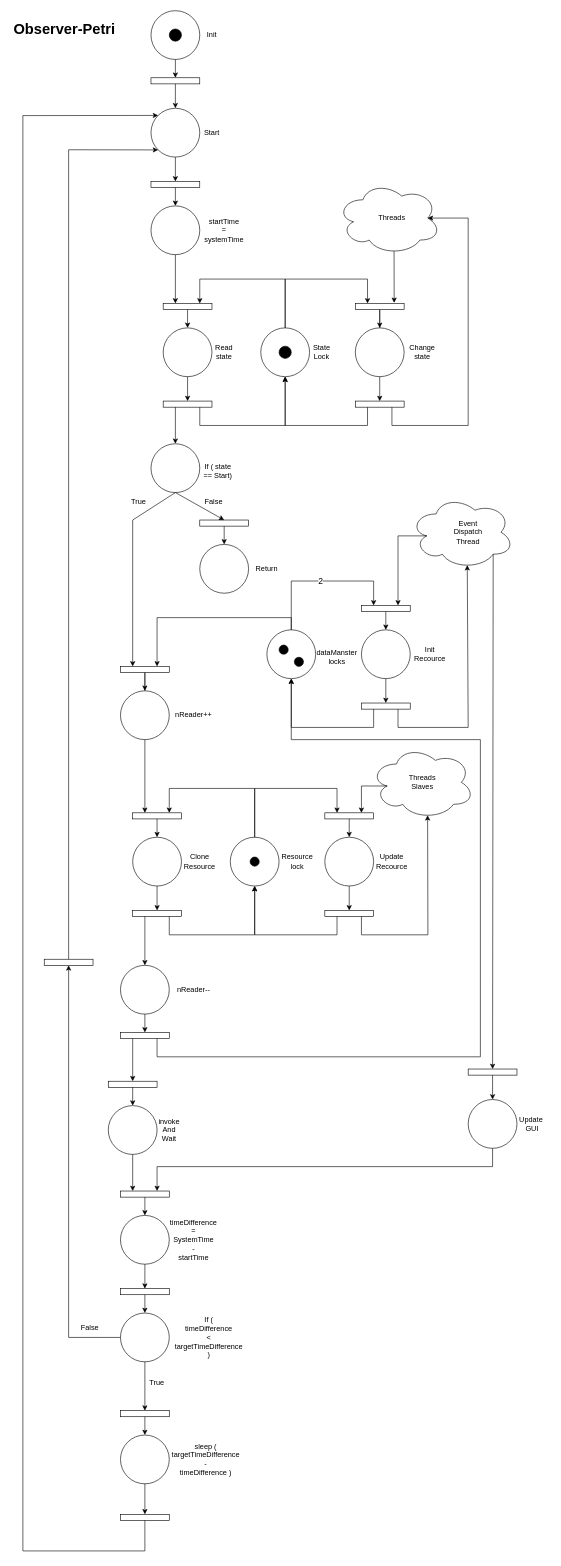
The draw.io diagram Petry/ObserversPetry.drawio in TheGarbage/PCD-Assignment1, before the edit. Source tidied: cells renumbered, new cells numbered last; positions are measured from the earlier drawing's top-left corner, leaving out a move shared by most shapes. Both pictures are drawn from the tidied source at 61%, with x=0, y=0 at pixel (10, 10).
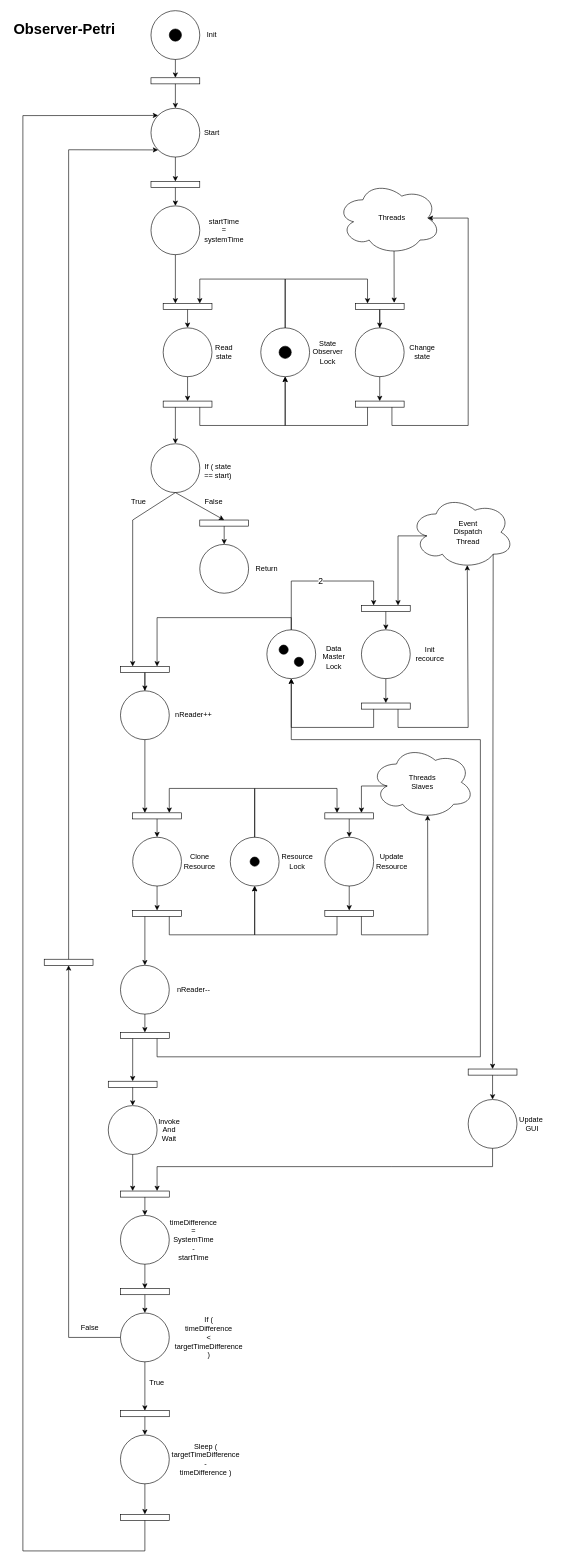
After the change.

What changed in the source:
```diff
@@
-    <mxCell id="23" value="invoke&lt;br&gt;And&lt;br&gt;Wait" style="text;html=1;strokeColor=none;fillColor=none;align=center;verticalAlign=middle;whiteSpace=wrap;rounded=0;" parent="1" vertex="1">
+    <mxCell id="23" value="Invoke&lt;br&gt;And&lt;br&gt;Wait" style="text;html=1;strokeColor=none;fillColor=none;align=center;verticalAlign=middle;whiteSpace=wrap;rounded=0;" parent="1" vertex="1">
       <mxGeometry x="230" y="1820" width="60" height="30" as="geometry" />
     </mxCell>
@@
-    <mxCell id="26" value="sleep (&lt;br&gt;targetTimeDifference&lt;br&gt;-&lt;br&gt;timeDifference )" style="text;html=1;strokeColor=none;fillColor=none;align=center;verticalAlign=middle;whiteSpace=wrap;rounded=0;" parent="1" vertex="1">
+    <mxCell id="26" value="Sleep (&lt;br&gt;targetTimeDifference&lt;br&gt;-&lt;br&gt;timeDifference )" style="text;html=1;strokeColor=none;fillColor=none;align=center;verticalAlign=middle;whiteSpace=wrap;rounded=0;" parent="1" vertex="1">
       <mxGeometry x="290" y="2360" width="60" height="30" as="geometry" />
     </mxCell>
@@
-    <mxCell id="56" value="If ( state == Start)" style="text;html=1;strokeColor=none;fillColor=none;align=center;verticalAlign=middle;whiteSpace=wrap;rounded=0;" parent="1" vertex="1">
+    <mxCell id="56" value="If ( state == start)" style="text;html=1;strokeColor=none;fillColor=none;align=center;verticalAlign=middle;whiteSpace=wrap;rounded=0;" parent="1" vertex="1">
       <mxGeometry x="310" y="740" width="60" height="30" as="geometry" />
     </mxCell>
@@
-    <mxCell id="77" value="State&lt;br&gt;Lock" style="text;html=1;strokeColor=none;fillColor=none;align=center;verticalAlign=middle;whiteSpace=wrap;rounded=0;" parent="1" vertex="1">
-      <mxGeometry x="480" y="545" width="60" height="30" as="geometry" />
+    <mxCell id="77" value="State&lt;br&gt;Observer&lt;br&gt;Lock" style="text;html=1;strokeColor=none;fillColor=none;align=center;verticalAlign=middle;whiteSpace=wrap;rounded=0;" parent="1" vertex="1">
+      <mxGeometry x="490" y="545" width="60" height="30" as="geometry" />
     </mxCell>
@@
-    <mxCell id="92" value="Update&lt;br&gt;Recource" style="text;html=1;strokeColor=none;fillColor=none;align=center;verticalAlign=middle;whiteSpace=wrap;rounded=0;" parent="1" vertex="1">
+    <mxCell id="92" value="Update&lt;br&gt;Resource" style="text;html=1;strokeColor=none;fillColor=none;align=center;verticalAlign=middle;whiteSpace=wrap;rounded=0;" parent="1" vertex="1">
       <mxGeometry x="595" y="1380" width="60" height="30" as="geometry" />
     </mxCell>
@@
-    <mxCell id="99" value="Resource&lt;br&gt;lock" style="text;html=1;strokeColor=none;fillColor=none;align=center;verticalAlign=middle;whiteSpace=wrap;rounded=0;" parent="1" vertex="1">
+    <mxCell id="99" value="Resource&lt;br&gt;Lock" style="text;html=1;strokeColor=none;fillColor=none;align=center;verticalAlign=middle;whiteSpace=wrap;rounded=0;" parent="1" vertex="1">
       <mxGeometry x="440" y="1380" width="60" height="30" as="geometry" />
     </mxCell>
@@
-    <mxCell id="110" value="Init&lt;br&gt;Recource" style="text;html=1;strokeColor=none;fillColor=none;align=center;verticalAlign=middle;whiteSpace=wrap;rounded=0;" parent="1" vertex="1">
+    <mxCell id="110" value="Init&lt;br&gt;recource" style="text;html=1;strokeColor=none;fillColor=none;align=center;verticalAlign=middle;whiteSpace=wrap;rounded=0;" parent="1" vertex="1">
       <mxGeometry x="670" y="1040" width="35" height="30" as="geometry" />
     </mxCell>
@@
-    <mxCell id="113" value="dataManster&lt;br&gt;locks" style="text;html=1;strokeColor=none;fillColor=none;align=center;verticalAlign=middle;whiteSpace=wrap;rounded=0;" parent="1" vertex="1">
-      <mxGeometry x="505" y="1045" width="60" height="30" as="geometry" />
+    <mxCell id="113" value="Data&lt;br&gt;Master&lt;br&gt;Lock" style="text;html=1;strokeColor=none;fillColor=none;align=center;verticalAlign=middle;whiteSpace=wrap;rounded=0;" parent="1" vertex="1">
+      <mxGeometry x="500" y="1045" width="60" height="30" as="geometry" />
     </mxCell>
```
